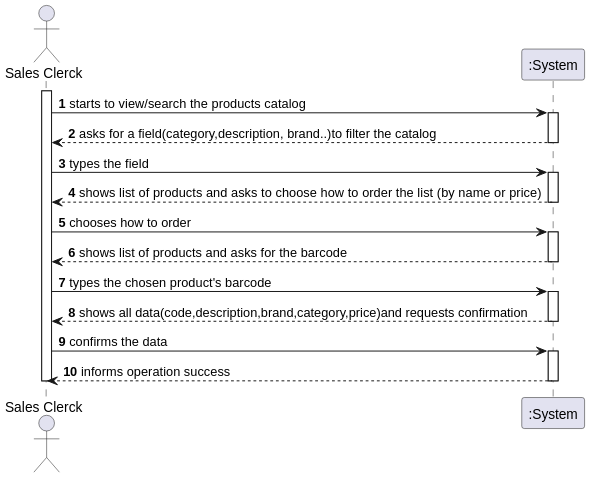
Earlier version of the PlantUML export docs/Sprint2/US1002/US1002_SSD.svg (marttuga/LAPR4-SmartSystems).
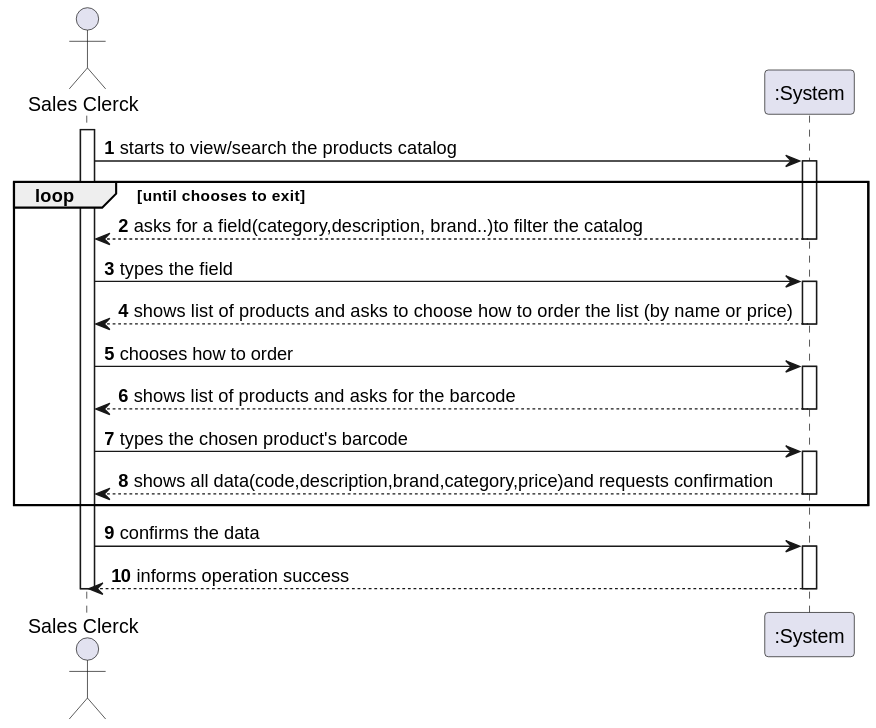
Above is the later version.

Commit message:
add loop on ssd forgot

Diff of the diagram source:
```diff
@@ -5,7 +5,7 @@
 activate SC
 SC -> ":System" : starts to view/search the products catalog
 activate ":System"
-
+loop until chooses to exit
 ":System" --> SC : asks for a field(category,description, brand..)to filter the catalog
 deactivate ":System"
 
@@ -27,6 +27,7 @@
 
 ":System" --> SC :shows all data(code,description,brand,category,price)and requests confirmation
 deactivate ":System"
+end loop
 SC -> ":System" : confirms the data
 
 activate ":System"
```
